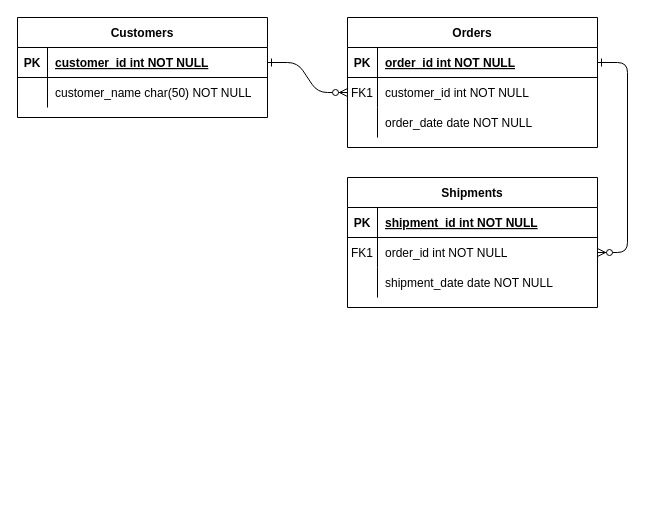
This is documents/Untitled Diagram.drawio from lisapaajarvi/marsvinstema-continued, a draw.io file, before an edit. Source tidied: cells renumbered, new cells numbered last; positions are measured from the earlier drawing's top-left corner, leaving out a move shared by most shapes. Both pictures are drawn from the tidied source at 100%, with x=0, y=0 at pixel (17, 17).
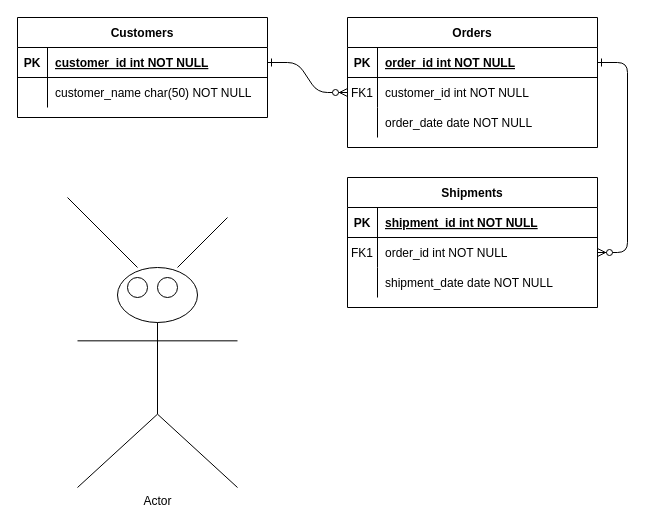
The same diagram, later.

The edit, as a diff of the source:
```diff
@@
+    <mxCell id="31" value="Actor" style="shape=umlActor;verticalLabelPosition=bottom;verticalAlign=top;html=1;" parent="1" vertex="1">
+      <mxGeometry x="60" y="250" width="160" height="220" as="geometry" />
+    </mxCell>
+    <mxCell id="32" style="ellipse;whiteSpace=wrap;html=1;" parent="1" vertex="1">
+      <mxGeometry x="110" y="260" width="20" height="20" as="geometry" />
+    </mxCell>
+    <mxCell id="33" style="ellipse;whiteSpace=wrap;html=1;" parent="1" vertex="1">
+      <mxGeometry x="140" y="260" width="20" height="20" as="geometry" />
+    </mxCell>
+    <mxCell id="34" style="endArrow=none;html=1;" parent="1" edge="1">
+      <mxGeometry relative="1" as="geometry">
+        <mxPoint x="160" y="250" as="sourcePoint" />
+        <mxPoint x="210" y="200" as="targetPoint" />
+      </mxGeometry>
+    </mxCell>
+    <mxCell id="35" style="endArrow=none;html=1;" parent="1" edge="1">
+      <mxGeometry relative="1" as="geometry">
+        <mxPoint x="120" y="250" as="sourcePoint" />
+        <mxPoint x="50" y="180" as="targetPoint" />
+      </mxGeometry>
+    </mxCell>
```
